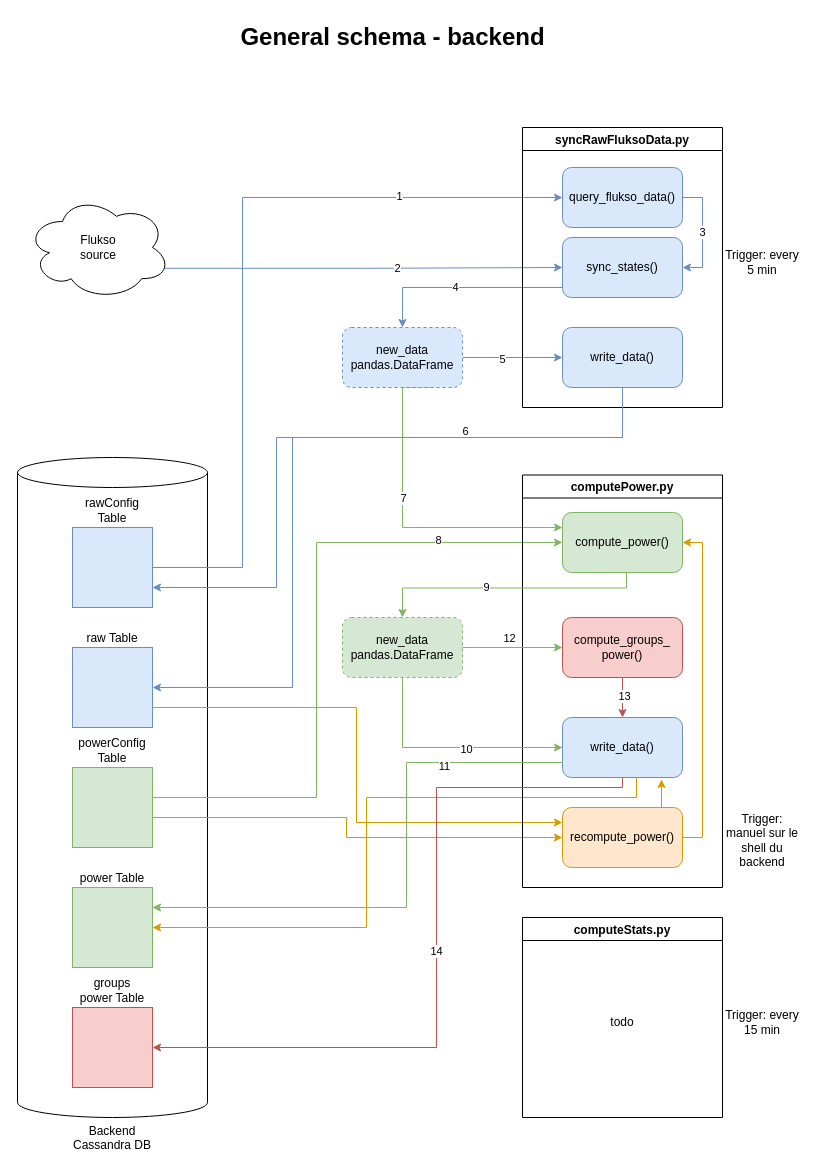
Earlier version of the draw.io diagram page "general schema backend" (7 of 9) of documentation/documentation_diagrams.drawio (AlexandreHnf/Voisin-d-energie-ULB). Source tidied: cells renumbered, new cells numbered last; positions are measured from the earlier drawing's top-left corner, leaving out a move shared by most shapes. Both pictures are drawn from the tidied source at 100%, with x=0, y=0 at pixel (17, 17).
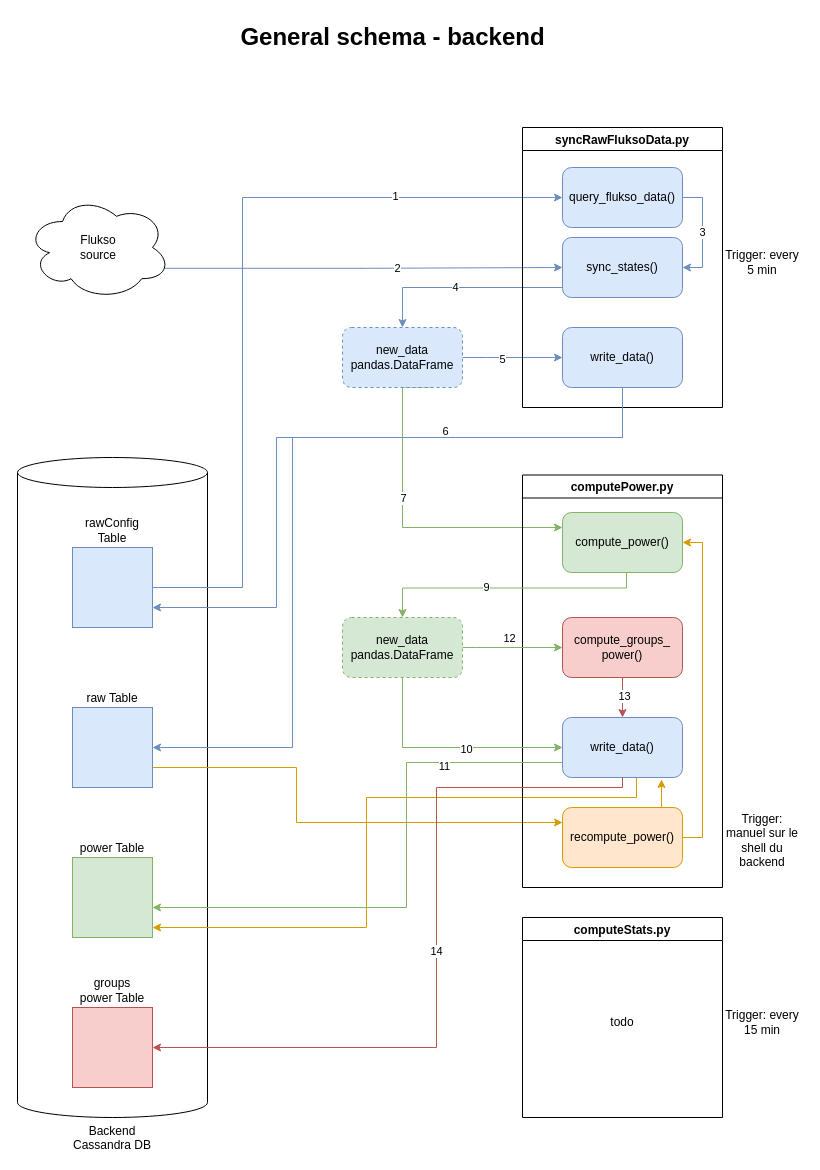
The same diagram, later.

Unchanged cells that the change refers to:
```xml
<mxCell id="21" value="query_flukso_data()" style="rounded=1;whiteSpace=wrap;html=1;fillColor=#dae8fc;strokeColor=#6c8ebf;" parent="1" vertex="1">
  <mxGeometry x="545" y="150" width="120" height="60" as="geometry" />
</mxCell>
<mxCell id="34" value="write_data()" style="rounded=1;whiteSpace=wrap;html=1;fillColor=#dae8fc;strokeColor=#6c8ebf;" parent="33" vertex="1">
  <mxGeometry x="40" y="200" width="120" height="60" as="geometry" />
</mxCell>
<mxCell id="37" value="&lt;div&gt;recompute_power()&lt;/div&gt;" style="rounded=1;whiteSpace=wrap;html=1;fillColor=#ffe6cc;strokeColor=#d79b00;" parent="35" vertex="1">
  <mxGeometry x="40" y="332.5" width="120" height="60" as="geometry" />
</mxCell>
<mxCell id="38" value="compute_power()" style="rounded=1;whiteSpace=wrap;html=1;fillColor=#d5e8d4;strokeColor=#82b366;" parent="35" vertex="1">
  <mxGeometry x="40" y="37.5" width="120" height="60" as="geometry" />
</mxCell>
```

Change to the diagram source:
```diff
@@
     <mxCell id="5" style="edgeStyle=orthogonalEdgeStyle;rounded=0;jettySize=auto;html=1;exitX=1;exitY=0.75;exitDx=0;exitDy=0;entryX=0;entryY=0.25;entryDx=0;entryDy=0;fillColor=#ffe6cc;strokeColor=#d79b00;" parent="1" edge="1" source="6" target="37">
       <mxGeometry relative="1" as="geometry">
         <Array as="points">
-          <mxPoint x="339" y="690" />
-          <mxPoint x="339" y="805" />
+          <mxPoint x="279" y="750" />
+          <mxPoint x="279" y="805" />
         </Array>
       </mxGeometry>
     </mxCell>
     <mxCell id="6" value="raw Table" style="whiteSpace=wrap;html=1;labelPosition=center;verticalLabelPosition=top;align=center;verticalAlign=bottom;fillColor=#dae8fc;strokeColor=#6c8ebf;" parent="1" vertex="1">
-      <mxGeometry x="55" y="630" width="80" height="80" as="geometry" />
+      <mxGeometry x="55" y="690" width="80" height="80" as="geometry" />
     </mxCell>
     <mxCell id="7" value="&lt;div&gt;power Table&lt;/div&gt;" style="whiteSpace=wrap;html=1;labelPosition=center;verticalLabelPosition=top;align=center;verticalAlign=bottom;fillColor=#d5e8d4;strokeColor=#82b366;" parent="1" vertex="1">
-      <mxGeometry x="55" y="870" width="80" height="80" as="geometry" />
+      <mxGeometry x="55" y="840" width="80" height="80" as="geometry" />
     </mxCell>
@@
-    <mxCell id="16" style="edgeStyle=orthogonalEdgeStyle;rounded=0;jettySize=auto;html=1;exitX=1;exitY=0.5;exitDx=0;exitDy=0;entryX=0;entryY=0.5;entryDx=0;entryDy=0;fillColor=#d5e8d4;strokeColor=#82b366;" parent="1" edge="1" source="19" target="38">
-      <mxGeometry relative="1" as="geometry">
-        <Array as="points">
-          <mxPoint x="135" y="780" />
-          <mxPoint x="299" y="780" />
-          <mxPoint x="299" y="525" />
-        </Array>
-      </mxGeometry>
-    </mxCell>
-    <mxCell id="17" value="8" style="edgeLabel;html=1;align=center;verticalAlign=middle;" parent="16" vertex="1">
-      <mxGeometry x="0.63" y="3" relative="1" as="geometry" />
-    </mxCell>
-    <mxCell id="18" style="edgeStyle=orthogonalEdgeStyle;rounded=0;jettySize=auto;html=1;exitX=1;exitY=0.75;exitDx=0;exitDy=0;entryX=0;entryY=0.5;entryDx=0;entryDy=0;fillColor=#ffe6cc;strokeColor=#d79b00;" parent="1" edge="1" source="19" target="37">
-      <mxGeometry relative="1" as="geometry">
-        <Array as="points">
-          <mxPoint x="135" y="800" />
-          <mxPoint x="329" y="800" />
-          <mxPoint x="329" y="820" />
-        </Array>
-      </mxGeometry>
-    </mxCell>
-    <mxCell id="19" value="&lt;div&gt;powerConfig Table&lt;/div&gt;" style="whiteSpace=wrap;html=1;labelPosition=center;verticalLabelPosition=top;align=center;verticalAlign=bottom;fillColor=#d5e8d4;strokeColor=#82b366;" parent="1" vertex="1">
-      <mxGeometry x="55" y="750" width="80" height="80" as="geometry" />
-    </mxCell>
@@
     <mxCell id="22" style="edgeStyle=orthogonalEdgeStyle;rounded=0;jettySize=auto;html=1;exitX=1;exitY=0.5;exitDx=0;exitDy=0;entryX=0;entryY=0.5;entryDx=0;entryDy=0;fillColor=#dae8fc;strokeColor=#6c8ebf;" parent="1" edge="1" source="24" target="21">
       <mxGeometry relative="1" as="geometry">
         <Array as="points">
-          <mxPoint x="225" y="550" />
+          <mxPoint x="225" y="570" />
           <mxPoint x="225" y="180" />
         </Array>
       </mxGeometry>
     </mxCell>
@@
     <mxCell id="24" value="&lt;div&gt;rawConfig Table&lt;/div&gt;" style="whiteSpace=wrap;html=1;labelPosition=center;verticalLabelPosition=top;align=center;verticalAlign=bottom;fillColor=#dae8fc;strokeColor=#6c8ebf;" parent="1" vertex="1">
-      <mxGeometry x="55" y="510" width="80" height="80" as="geometry" />
+      <mxGeometry x="55" y="530" width="80" height="80" as="geometry" />
     </mxCell>
@@
-    <mxCell id="26" style="edgeStyle=orthogonalEdgeStyle;rounded=0;jettySize=auto;html=1;fillColor=#dae8fc;strokeColor=#6c8ebf;" parent="1" edge="1" source="34" target="6">
+    <mxCell id="26" style="edgeStyle=orthogonalEdgeStyle;rounded=0;jettySize=auto;html=1;fillColor=#dae8fc;strokeColor=#6c8ebf;entryX=1;entryY=0.5;entryDx=0;entryDy=0;" parent="1" edge="1" source="34" target="6">
       <mxGeometry relative="1" as="geometry">
         <Array as="points">
           <mxPoint x="605" y="420" />
           <mxPoint x="275" y="420" />
-          <mxPoint x="275" y="670" />
+          <mxPoint x="275" y="730" />
         </Array>
       </mxGeometry>
     </mxCell>
@@
     <mxCell id="58" style="edgeStyle=orthogonalEdgeStyle;rounded=0;jettySize=auto;html=1;exitX=0.5;exitY=1;exitDx=0;exitDy=0;entryX=1;entryY=0.75;entryDx=0;entryDy=0;fillColor=#dae8fc;strokeColor=#6c8ebf;" parent="1" edge="1" source="34" target="24">
       <mxGeometry relative="1" as="geometry">
         <Array as="points">
           <mxPoint x="605" y="420" />
           <mxPoint x="259" y="420" />
-          <mxPoint x="259" y="570" />
+          <mxPoint x="259" y="590" />
         </Array>
       </mxGeometry>
     </mxCell>
```
